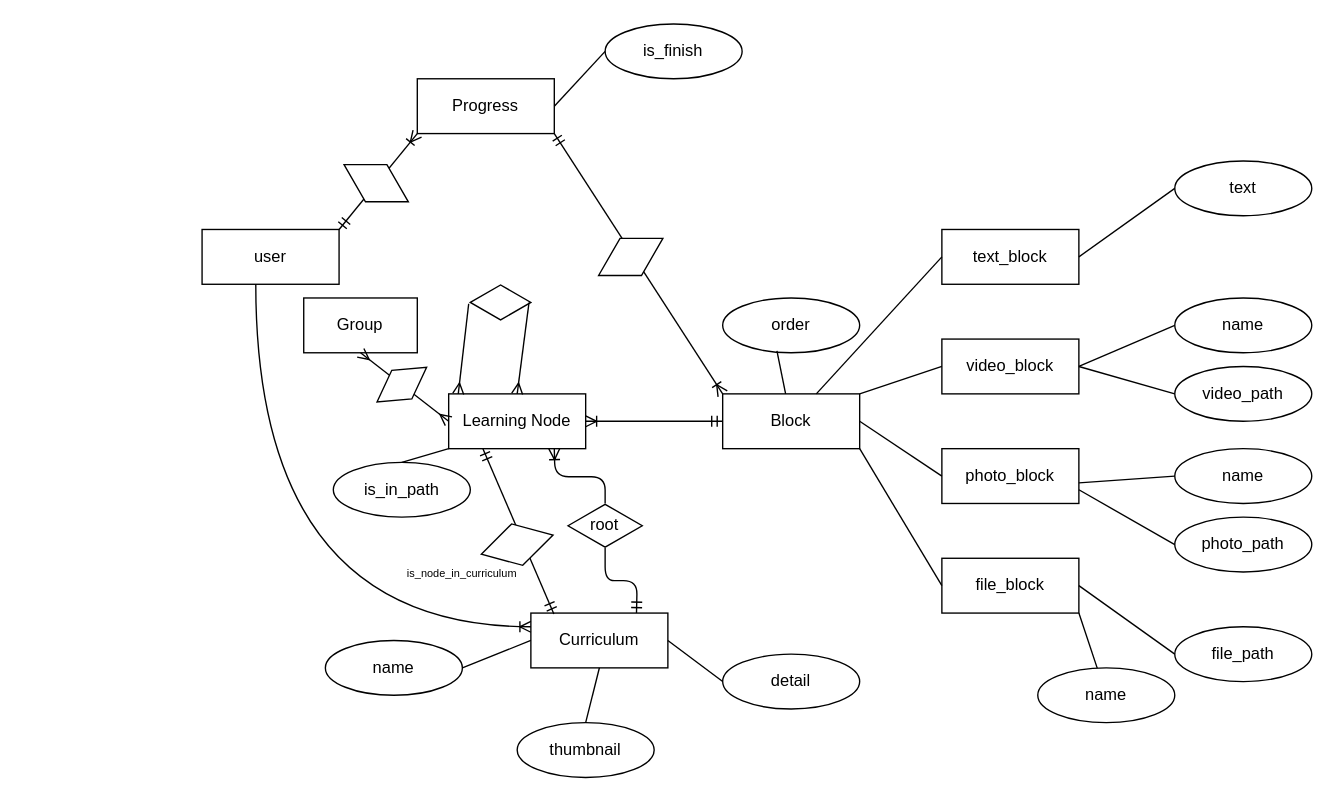
Above: Untitled Diagram.drawio in TendonT52/ProjectProgMath (draw.io), before the change. Source tidied: cells renumbered, new cells numbered last; positions are measured from the earlier drawing's top-left corner, leaving out a move shared by most shapes. Both pictures are drawn from the tidied source at 137%, with x=0, y=0 at pixel (201, 23).
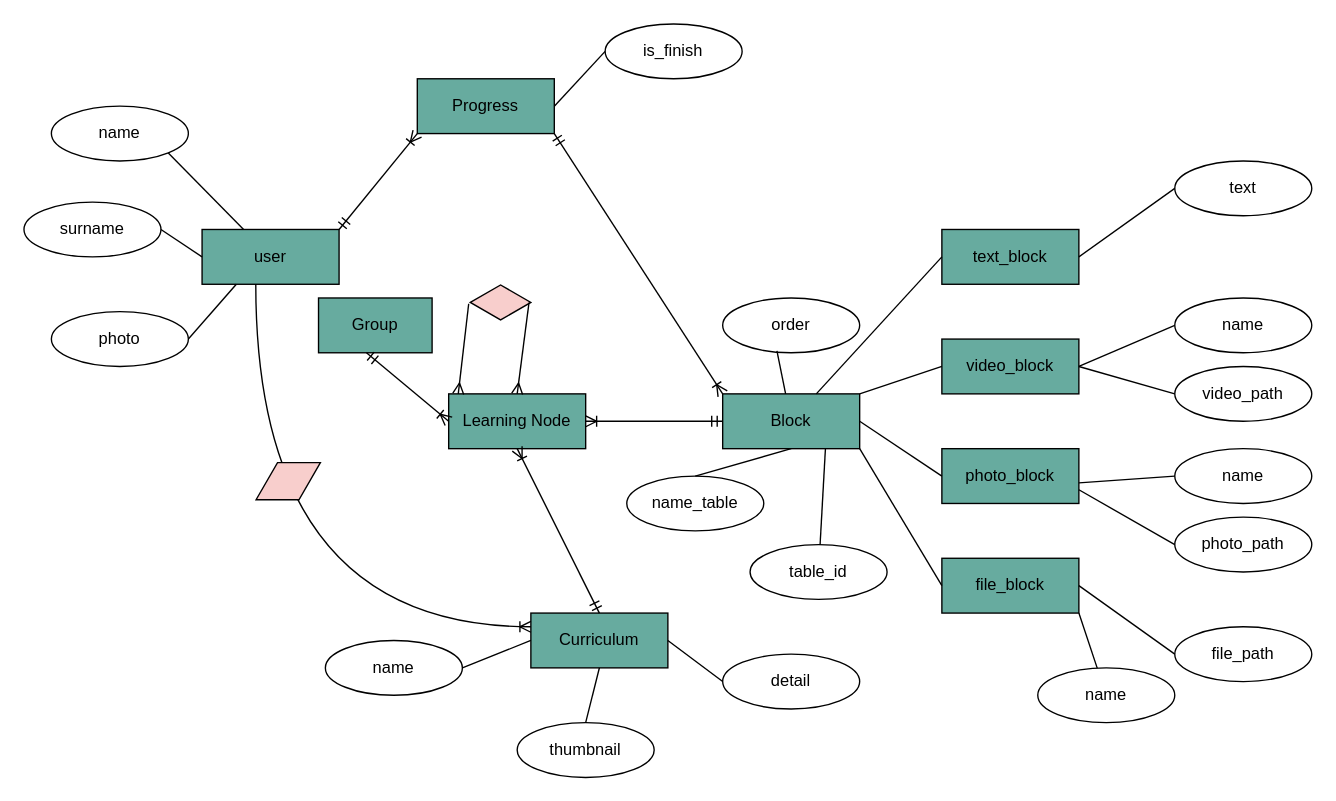
The same page after the edit.

Change to the diagram source:
```diff
@@
-    <mxCell id="2" value="Block" style="whiteSpace=wrap;html=1;align=center;" parent="1" vertex="1">
+    <mxCell id="2" value="Block" style="whiteSpace=wrap;html=1;align=center;fillColor=#67AB9F;" parent="1" vertex="1">
       <mxGeometry x="380" y="270" width="100" height="40" as="geometry" />
     </mxCell>
-    <mxCell id="3" value="Learning Node" style="whiteSpace=wrap;html=1;align=center;" parent="1" vertex="1">
+    <mxCell id="3" value="Learning Node" style="whiteSpace=wrap;html=1;align=center;fillColor=#67AB9F;" parent="1" vertex="1">
       <mxGeometry x="180" y="270" width="100" height="40" as="geometry" />
     </mxCell>
-    <mxCell id="4" value="user" style="whiteSpace=wrap;html=1;align=center;" parent="1" vertex="1">
+    <mxCell id="4" value="user" style="whiteSpace=wrap;html=1;align=center;fillColor=#67AB9F;" parent="1" vertex="1">
       <mxGeometry y="150" width="100" height="40" as="geometry" />
     </mxCell>
-    <mxCell id="5" value="Progress" style="whiteSpace=wrap;html=1;align=center;" parent="1" vertex="1">
+    <mxCell id="5" value="Progress" style="whiteSpace=wrap;html=1;align=center;fillColor=#67AB9F;" parent="1" vertex="1">
       <mxGeometry x="157.1" y="40" width="100" height="40" as="geometry" />
     </mxCell>
-    <mxCell id="6" value="Curriculum" style="whiteSpace=wrap;html=1;align=center;" parent="1" vertex="1">
+    <mxCell id="6" value="Curriculum" style="whiteSpace=wrap;html=1;align=center;fillColor=#67AB9F;" parent="1" vertex="1">
       <mxGeometry x="240" y="430" width="100" height="40" as="geometry" />
     </mxCell>
-    <mxCell id="7" value="text_block" style="whiteSpace=wrap;html=1;align=center;" parent="1" vertex="1">
+    <mxCell id="7" value="text_block" style="whiteSpace=wrap;html=1;align=center;fillColor=#67AB9F;" parent="1" vertex="1">
       <mxGeometry x="540" y="150" width="100" height="40" as="geometry" />
     </mxCell>
-    <mxCell id="8" value="video_block" style="whiteSpace=wrap;html=1;align=center;" parent="1" vertex="1">
+    <mxCell id="8" value="video_block" style="whiteSpace=wrap;html=1;align=center;fillColor=#67AB9F;" parent="1" vertex="1">
       <mxGeometry x="540" y="230" width="100" height="40" as="geometry" />
     </mxCell>
-    <mxCell id="9" value="photo_block" style="whiteSpace=wrap;html=1;align=center;" parent="1" vertex="1">
+    <mxCell id="9" value="photo_block" style="whiteSpace=wrap;html=1;align=center;fillColor=#67AB9F;" parent="1" vertex="1">
       <mxGeometry x="540" y="310" width="100" height="40" as="geometry" />
     </mxCell>
-    <mxCell id="10" value="file_block" style="whiteSpace=wrap;html=1;align=center;" parent="1" vertex="1">
+    <mxCell id="10" value="file_block" style="whiteSpace=wrap;html=1;align=center;fillColor=#67AB9F;" parent="1" vertex="1">
       <mxGeometry x="540" y="390" width="100" height="40" as="geometry" />
     </mxCell>
@@
-    <mxCell id="20" value="is_in_path" style="ellipse;whiteSpace=wrap;html=1;align=center;" parent="1" vertex="1">
-      <mxGeometry x="95.8" y="320" width="100" height="40" as="geometry" />
-    </mxCell>
@@
-    <mxCell id="38" style="endArrow=none;html=1;rounded=0;entryX=0.5;entryY=0;entryDx=0;entryDy=0;exitX=0;exitY=1;exitDx=0;exitDy=0;" parent="1" edge="1" source="3" target="20">
-      <mxGeometry relative="1" as="geometry" />
-    </mxCell>
@@
-    <mxCell id="42" style="html=1;whiteSpace=wrap;shape=isoRectangle;rotation=-30;" parent="1" vertex="1">
-      <mxGeometry x="285.8" y="153.8" width="54.2" height="32.5" as="geometry" />
-    </mxCell>
-    <mxCell id="43" style="html=1;whiteSpace=wrap;shape=isoRectangle;rotation=30;" parent="1" vertex="1">
-      <mxGeometry x="100" y="100" width="54.2" height="32.5" as="geometry" />
-    </mxCell>
-    <mxCell id="44" style="html=1;whiteSpace=wrap;shape=isoRectangle;" parent="1" vertex="1">
+    <mxCell id="44" style="html=1;whiteSpace=wrap;shape=isoRectangle;fillColor=#F8CECC;" parent="1" vertex="1">
       <mxGeometry x="195.8" y="190" width="44.2" height="26.5" as="geometry" />
     </mxCell>
@@
-    <mxCell id="47" style="edgeStyle=orthogonalEdgeStyle;fontSize=12;html=1;endArrow=ERoneToMany;startArrow=none;exitX=0.5;exitY=0;exitDx=0;exitDy=0;entryX=0.5;entryY=1;entryDx=0;entryDy=0;" parent="1" edge="1" source="48">
-      <mxGeometry relative="1" as="geometry">
-        <mxPoint x="257.1" y="310" as="targetPoint" />
-      </mxGeometry>
-    </mxCell>
-    <mxCell id="48" value="root" style="html=1;whiteSpace=wrap;shape=isoRectangle;" parent="1" vertex="1">
-      <mxGeometry x="267.1" y="350" width="54.2" height="32.5" as="geometry" />
-    </mxCell>
-    <mxCell id="49" style="edgeStyle=orthogonalEdgeStyle;fontSize=12;html=1;endArrow=none;startArrow=ERmandOne;exitX=0.5;exitY=0;exitDx=0;exitDy=0;" parent="1" edge="1" target="48">
-      <mxGeometry relative="1" as="geometry">
-        <mxPoint x="317.1" y="430" as="sourcePoint" />
-      </mxGeometry>
-    </mxCell>
@@
-    <mxCell id="53" style="fontSize=12;html=1;endArrow=ERmandOne;startArrow=ERmandOne;exitX=0.25;exitY=1;exitDx=0;exitDy=0;entryX=0.168;entryY=0.015;entryDx=0;entryDy=0;entryPerimeter=0;" parent="1" edge="1" source="3" target="6">
-      <mxGeometry relative="1" as="geometry" />
-    </mxCell>
-    <mxCell id="54" style="html=1;whiteSpace=wrap;shape=isoRectangle;rotation=-15;" parent="1" vertex="1">
-      <mxGeometry x="202.9" y="363.8" width="54.2" height="32.5" as="geometry" />
-    </mxCell>
-    <mxCell id="55" value="&lt;font style=&quot;font-size: 8px&quot;&gt;is_node_in_curriculum&lt;/font&gt;" style="text;html=1;strokeColor=none;fillColor=none;align=center;verticalAlign=middle;whiteSpace=wrap;rounded=0;" parent="1" vertex="1">
-      <mxGeometry x="170" y="390" width="40" height="20" as="geometry" />
-    </mxCell>
-    <mxCell id="56" value="Group" style="whiteSpace=wrap;html=1;align=center;" parent="1" vertex="1">
-      <mxGeometry x="74.2" y="200" width="82.9" height="40" as="geometry" />
+    <mxCell id="56" value="Group" style="whiteSpace=wrap;html=1;align=center;fillColor=#67AB9F;" parent="1" vertex="1">
+      <mxGeometry x="85" y="200" width="82.9" height="40" as="geometry" />
     </mxCell>
@@
-    <mxCell id="58" style="fontSize=12;html=1;endArrow=ERmany;startArrow=ERmany;entryX=0.5;entryY=1;entryDx=0;entryDy=0;exitX=0;exitY=0.5;exitDx=0;exitDy=0;" parent="1" edge="1" source="3" target="56">
-      <mxGeometry relative="1" as="geometry" />
-    </mxCell>
-    <mxCell id="59" style="html=1;whiteSpace=wrap;shape=isoRectangle;rotation=-35;" parent="1" vertex="1">
-      <mxGeometry x="123.7" y="250" width="44.2" height="26.5" as="geometry" />
-    </mxCell>
+    <mxCell id="60" value="name" style="ellipse;whiteSpace=wrap;html=1;align=center;" parent="1" vertex="1">
+      <mxGeometry x="-110" y="60" width="100" height="40" as="geometry" />
+    </mxCell>
+    <mxCell id="61" value="surname" style="ellipse;whiteSpace=wrap;html=1;align=center;" parent="1" vertex="1">
+      <mxGeometry x="-130" y="130" width="100" height="40" as="geometry" />
+    </mxCell>
+    <mxCell id="62" value="photo" style="ellipse;whiteSpace=wrap;html=1;align=center;" parent="1" vertex="1">
+      <mxGeometry x="-110" y="210" width="100" height="40" as="geometry" />
+    </mxCell>
+    <mxCell id="63" style="endArrow=none;html=1;exitX=1;exitY=1;exitDx=0;exitDy=0;" parent="1" edge="1" source="60" target="4">
+      <mxGeometry relative="1" as="geometry" />
+    </mxCell>
+    <mxCell id="64" style="endArrow=none;html=1;exitX=1;exitY=0.5;exitDx=0;exitDy=0;entryX=0;entryY=0.5;entryDx=0;entryDy=0;" parent="1" edge="1" source="61" target="4">
+      <mxGeometry relative="1" as="geometry" />
+    </mxCell>
+    <mxCell id="65" style="endArrow=none;html=1;exitX=1;exitY=0.5;exitDx=0;exitDy=0;entryX=0.25;entryY=1;entryDx=0;entryDy=0;" parent="1" edge="1" source="62" target="4">
+      <mxGeometry relative="1" as="geometry" />
+    </mxCell>
+    <mxCell id="43" style="html=1;whiteSpace=wrap;shape=isoRectangle;rotation=-210;fillColor=#F8CECC;" parent="1" vertex="1">
+      <mxGeometry x="35.8" y="317.5" width="54.2" height="32.5" as="geometry" />
+    </mxCell>
+    <mxCell id="66" style="fontSize=12;html=1;endArrow=ERoneToMany;startArrow=ERmandOne;entryX=0;entryY=0.5;entryDx=0;entryDy=0;" parent="1" edge="1" target="3">
+      <mxGeometry relative="1" as="geometry">
+        <mxPoint x="120" y="240" as="sourcePoint" />
+      </mxGeometry>
+    </mxCell>
+    <mxCell id="67" style="fontSize=12;html=1;endArrow=ERoneToMany;startArrow=ERmandOne;entryX=0.5;entryY=1;entryDx=0;entryDy=0;exitX=0.5;exitY=0;exitDx=0;exitDy=0;" parent="1" edge="1" source="6" target="3">
+      <mxGeometry relative="1" as="geometry" />
+    </mxCell>
+    <mxCell id="68" value="name_table" style="ellipse;whiteSpace=wrap;html=1;align=center;" parent="1" vertex="1">
+      <mxGeometry x="310" y="330" width="100" height="40" as="geometry" />
+    </mxCell>
+    <mxCell id="69" value="table_id" style="ellipse;whiteSpace=wrap;html=1;align=center;" parent="1" vertex="1">
+      <mxGeometry x="400" y="380" width="100" height="40" as="geometry" />
+    </mxCell>
+    <mxCell id="70" style="endArrow=none;html=1;exitX=0.5;exitY=0;exitDx=0;exitDy=0;" parent="1" edge="1" source="68">
+      <mxGeometry relative="1" as="geometry">
+        <mxPoint x="430" y="310" as="targetPoint" />
+      </mxGeometry>
+    </mxCell>
+    <mxCell id="71" style="endArrow=none;html=1;rounded=0;entryX=0.75;entryY=1;entryDx=0;entryDy=0;" parent="1" edge="1" source="69" target="2">
+      <mxGeometry relative="1" as="geometry" />
+    </mxCell>
```
